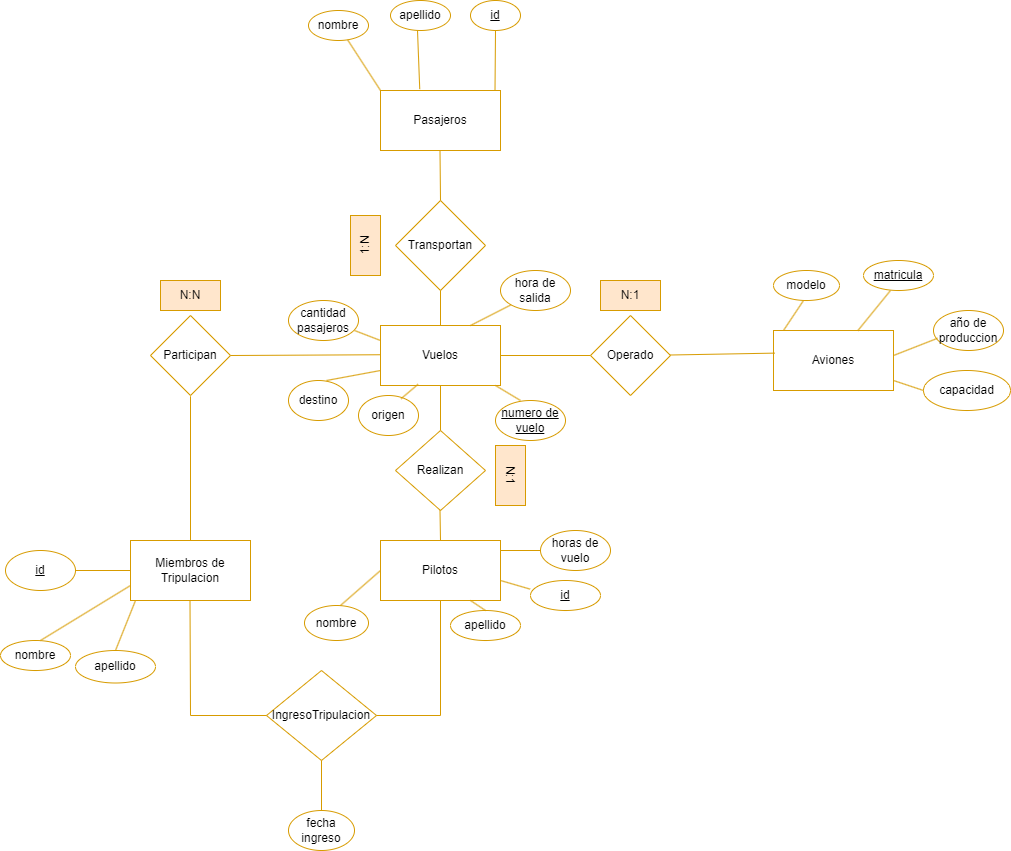
Above: Diseño conceptual .drawio.png in NoeAvalos/Base-de-datos-Compa-ia-aerea (draw.io), before the change. Source tidied: cells renumbered, new cells last; positions are measured from the earlier drawing's top-left corner, leaving out a move shared by most shapes.
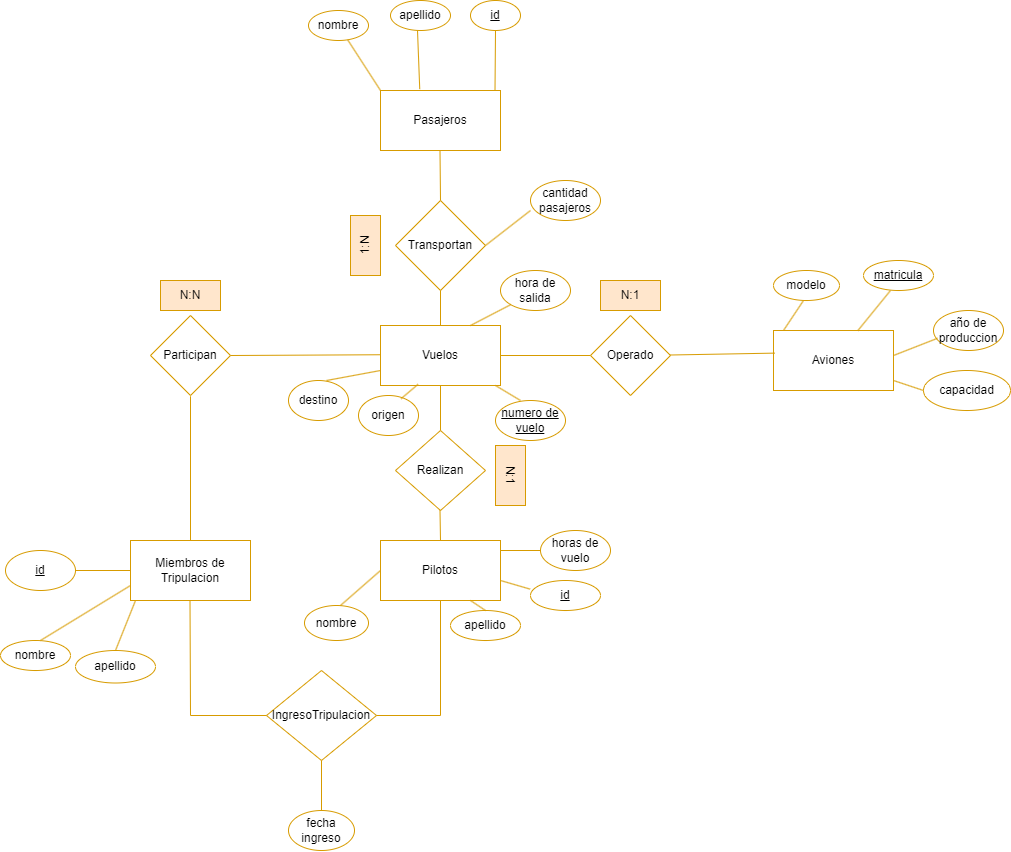
Above is the later version.

Change to the diagram source:
```diff
@@ -116,7 +116,7 @@
       <mxGeometry x="590" y="315" width="80" height="80" as="geometry" />
     </mxCell>
     <mxCell id="34" value="cantidad pasajeros" style="ellipse;whiteSpace=wrap;html=1;fillColor=none;strokeColor=#d79b00;" parent="1" vertex="1">
-      <mxGeometry x="288" y="300" width="70" height="40" as="geometry" />
+      <mxGeometry x="530" y="180" width="70" height="40" as="geometry" />
     </mxCell>
     <mxCell id="35" value="nombre" style="ellipse;whiteSpace=wrap;html=1;fillColor=none;strokeColor=#d79b00;" parent="1" vertex="1">
       <mxGeometry x="308" y="10" width="60" height="30" as="geometry" />
@@ -168,9 +168,9 @@
         <mxPoint x="326" y="380" as="sourcePoint" />
       </mxGeometry>
     </mxCell>
-    <mxCell id="48" style="endArrow=none;html=1;rounded=0;entryX=0;entryY=0.25;entryDx=0;entryDy=0;fillColor=#ffe6cc;strokeColor=#d79b00;" parent="1" edge="1" target="10">
+    <mxCell id="48" style="endArrow=none;html=1;rounded=0;fillColor=#ffe6cc;strokeColor=#d79b00;exitX=1;exitY=0.5;exitDx=0;exitDy=0;" parent="1" edge="1" source="41">
       <mxGeometry relative="1" as="geometry">
-        <mxPoint x="354" y="330" as="sourcePoint" />
+        <mxPoint x="530" y="210" as="targetPoint" />
       </mxGeometry>
     </mxCell>
     <mxCell id="49" style="endArrow=none;html=1;rounded=0;fillColor=#ffe6cc;strokeColor=#d79b00;" parent="1" edge="1">
```
